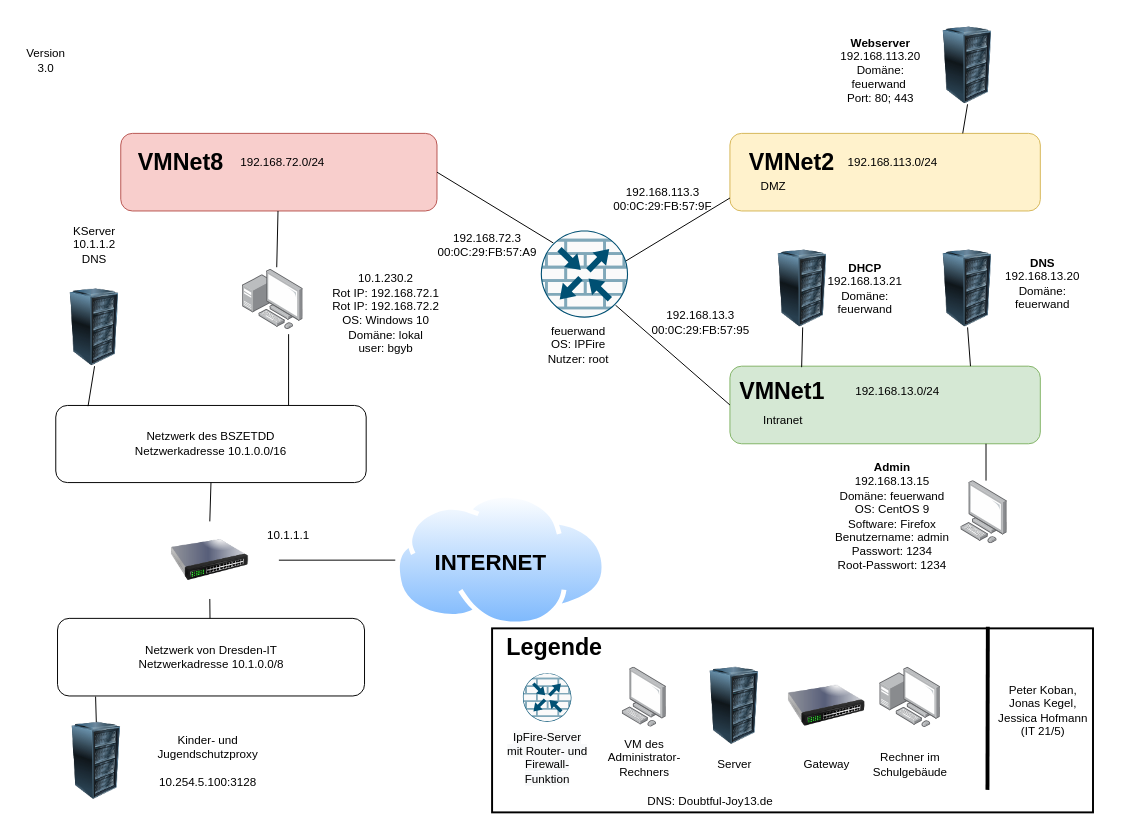
Earlier version of the draw.io diagram Netzwerkplan.drawio (peterLERNSAX/lf9-feuerwand). Source tidied: cells renumbered, new cells numbered last; positions are measured from the earlier drawing's top-left corner, leaving out a move shared by most shapes. Both pictures are drawn from the tidied source at 97%, with x=0, y=0 at pixel (16, 16).
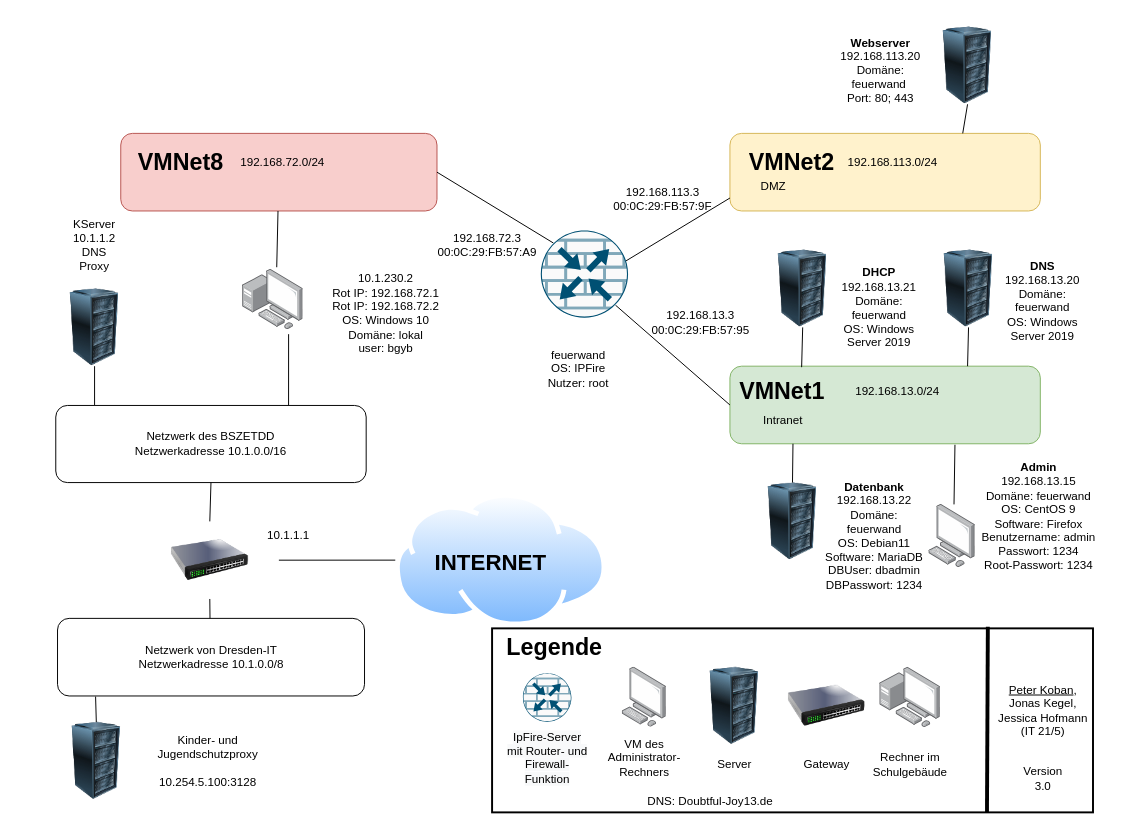
After the change.

Unchanged cells that the change refers to:
```xml
<mxCell id="4" value="Netzwerk des BSZETDD&lt;br&gt;Netzwerkadresse 10.1.0.0/16" style="rounded=1;whiteSpace=wrap;html=1;" parent="1" vertex="1">
  <mxGeometry x="40" y="400.5" width="320" height="79.5" as="geometry" />
</mxCell>
<mxCell id="6" style="rounded=1;whiteSpace=wrap;html=1;fillColor=#d5e8d4;strokeColor=#82b366;" parent="1" vertex="1">
  <mxGeometry x="735" y="360" width="320" height="80" as="geometry" />
</mxCell>
<mxCell id="43" style="image;html=1;image=img/lib/clip_art/computers/Server_Rack_128x128.png;fontSize=23;" parent="1" vertex="1">
  <mxGeometry x="40" y="280" width="80" height="80" as="geometry" />
</mxCell>
<mxCell id="48" style="rounded=0;whiteSpace=wrap;html=1;fillColor=none;strokeWidth=2;" parent="1" vertex="1">
  <mxGeometry x="489.8" y="630.3" width="619.5" height="189.7" as="geometry" />
</mxCell>
```

Change to the diagram source:
```diff
@@
     <mxCell id="12" style="points=[];html=1;align=center;shadow=0;dashed=0;image;image=img/lib/allied_telesis/computer_and_terminals/Personal_Computer.svg;" parent="1" vertex="1">
-      <mxGeometry x="973" y="478" width="48" height="65" as="geometry" />
+      <mxGeometry x="940" y="502.5" width="48" height="65" as="geometry" />
     </mxCell>
@@
     <mxCell id="19" value="&lt;div&gt;&lt;b&gt;Admin&lt;/b&gt;&lt;/div&gt;&lt;div&gt;192.168.13.15&lt;/div&gt;&lt;div&gt;Domäne: feuerwand&lt;/div&gt;&lt;div&gt;&lt;span style=&quot;background-color: initial;&quot;&gt;OS: CentOS 9&lt;/span&gt;&lt;br&gt;&lt;/div&gt;&lt;div&gt;Software: Firefox&lt;/div&gt;&lt;div&gt;Benutzername: admin&lt;/div&gt;&lt;div&gt;Passwort: 1234&lt;/div&gt;&lt;div&gt;Root-Passwort: 1234&lt;br&gt;&lt;/div&gt;" style="text;html=1;strokeColor=none;fillColor=none;align=center;verticalAlign=middle;whiteSpace=wrap;rounded=0;" parent="1" vertex="1">
-      <mxGeometry x="827" y="440" width="151" height="150" as="geometry" />
+      <mxGeometry x="978" y="440" width="151" height="150" as="geometry" />
     </mxCell>
@@
     <mxCell id="28" style="image;html=1;image=img/lib/clip_art/computers/Server_Rack_128x128.png;" parent="1" vertex="1">
-      <mxGeometry x="940" y="240" width="80" height="80" as="geometry" />
+      <mxGeometry x="941" y="240" width="80" height="80" as="geometry" />
     </mxCell>
-    <mxCell id="29" value="&lt;b&gt;DNS&lt;/b&gt;&lt;br&gt;&lt;div&gt;192.168.13.20&lt;/div&gt;Domäne: feuerwand" style="text;html=1;strokeColor=none;fillColor=none;align=center;verticalAlign=middle;whiteSpace=wrap;rounded=0;" parent="1" vertex="1">
-      <mxGeometry x="1004.5" y="240" width="105" height="70" as="geometry" />
+    <mxCell id="29" value="&lt;b&gt;DNS&lt;/b&gt;&lt;br&gt;&lt;div&gt;192.168.13.20&lt;/div&gt;&lt;div&gt;Domäne: feuerwand&lt;/div&gt;&lt;div&gt;OS: Windows Server 2019&lt;/div&gt;&lt;div&gt;&lt;br&gt;&lt;/div&gt;" style="text;html=1;strokeColor=none;fillColor=none;align=center;verticalAlign=middle;whiteSpace=wrap;rounded=0;" parent="1" vertex="1">
+      <mxGeometry x="1004.5" y="240" width="105" height="120" as="geometry" />
     </mxCell>
@@
-    <mxCell id="31" value="&lt;b&gt;DHCP&lt;/b&gt;&lt;br&gt;192.168.13.21&lt;br&gt;Domäne:&lt;br&gt;feuerwand" style="text;html=1;strokeColor=none;fillColor=none;align=center;verticalAlign=middle;whiteSpace=wrap;rounded=0;" parent="1" vertex="1">
-      <mxGeometry x="838" y="250" width="73" height="60" as="geometry" />
+    <mxCell id="31" value="&lt;b&gt;DHCP&lt;/b&gt;&lt;br&gt;192.168.13.21&lt;br&gt;Domäne:&lt;br&gt;&lt;div&gt;feuerwand&lt;/div&gt;&lt;div&gt;OS: Windows Server 2019&lt;br&gt;&lt;/div&gt;" style="text;html=1;strokeColor=none;fillColor=none;align=center;verticalAlign=middle;whiteSpace=wrap;rounded=0;" parent="1" vertex="1">
+      <mxGeometry x="838" y="250" width="102" height="100" as="geometry" />
     </mxCell>
@@
-    <mxCell id="38" value="&lt;div&gt;KServer&lt;/div&gt;&lt;div&gt;10.1.1.2&lt;/div&gt;&lt;div&gt;DNS&lt;br&gt;&lt;/div&gt;" style="text;html=1;strokeColor=none;fillColor=none;align=center;verticalAlign=middle;whiteSpace=wrap;rounded=0;" parent="1" vertex="1">
+    <mxCell id="38" value="&lt;div&gt;KServer&lt;/div&gt;&lt;div&gt;10.1.1.2&lt;/div&gt;&lt;div&gt;DNS&lt;/div&gt;&lt;div&gt;Proxy&lt;br&gt;&lt;/div&gt;" style="text;html=1;strokeColor=none;fillColor=none;align=center;verticalAlign=middle;whiteSpace=wrap;rounded=0;" parent="1" vertex="1">
       <mxGeometry x="50" y="200" width="60" height="70" as="geometry" />
     </mxCell>
@@
-    <mxCell id="45" style="endArrow=none;html=1;rounded=0;fontSize=12;exitX=0.104;exitY=0.009;exitDx=0;exitDy=0;exitPerimeter=0;entryX=0.5;entryY=1;entryDx=0;entryDy=0;" parent="1" edge="1" source="4" target="43">
-      <mxGeometry relative="1" as="geometry" />
+    <mxCell id="45" style="endArrow=none;html=1;rounded=0;fontSize=12;entryX=0.5;entryY=1;entryDx=0;entryDy=0;" parent="1" edge="1" target="43">
+      <mxGeometry relative="1" as="geometry">
+        <mxPoint x="80" y="400" as="sourcePoint" />
+      </mxGeometry>
     </mxCell>
@@
-    <mxCell id="54" style="endArrow=none;html=1;rounded=0;fontSize=12;entryX=0.5;entryY=1;entryDx=0;entryDy=0;exitX=0.775;exitY=0;exitDx=0;exitDy=0;exitPerimeter=0;" parent="1" edge="1" source="6" target="28">
-      <mxGeometry relative="1" as="geometry" />
+    <mxCell id="54" style="endArrow=none;html=1;rounded=0;fontSize=12;entryX=0.5;entryY=1;entryDx=0;entryDy=0;" parent="1" edge="1" target="28">
+      <mxGeometry relative="1" as="geometry">
+        <mxPoint x="980" y="360" as="sourcePoint" />
+      </mxGeometry>
     </mxCell>
@@
-    <mxCell id="63" value="Peter Koban, Jonas Kegel, Jessica Hofmann &lt;br&gt;(IT 21/5)" style="text;html=1;strokeColor=none;fillColor=none;align=center;verticalAlign=middle;whiteSpace=wrap;rounded=0;strokeWidth=2;" parent="1" vertex="1">
+    <mxCell id="63" value="&lt;u&gt;Peter Koban&lt;/u&gt;, Jonas Kegel, Jessica Hofmann &lt;br&gt;(IT 21/5)" style="text;html=1;strokeColor=none;fillColor=none;align=center;verticalAlign=middle;whiteSpace=wrap;rounded=0;strokeWidth=2;" parent="1" vertex="1">
       <mxGeometry x="1006.8" y="647" width="102.2" height="136.5" as="geometry" />
     </mxCell>
-    <mxCell id="64" style="edgeStyle=none;jettySize=auto;html=1;strokeColor=default;rounded=0;strokeWidth=1;endArrow=none;endFill=0;entryX=0.542;entryY=0;entryDx=0;entryDy=0;entryPerimeter=0;exitX=0.825;exitY=1;exitDx=0;exitDy=0;exitPerimeter=0;" parent="1" edge="1" source="6" target="12">
+    <mxCell id="64" style="edgeStyle=none;jettySize=auto;html=1;strokeColor=default;rounded=0;strokeWidth=1;endArrow=none;endFill=0;entryX=0.542;entryY=0;entryDx=0;entryDy=0;entryPerimeter=0;exitX=0.725;exitY=1.013;exitDx=0;exitDy=0;exitPerimeter=0;" parent="1" edge="1" source="6" target="12">
       <mxGeometry relative="1" as="geometry" />
     </mxCell>
     <mxCell id="65" style="endArrow=none;html=1;rounded=0;strokeColor=default;strokeWidth=4;fontSize=23;entryX=0.825;entryY=-0.009;entryDx=0;entryDy=0;entryPerimeter=0;" parent="1" edge="1" target="48">
       <mxGeometry relative="1" as="geometry">
-        <mxPoint x="1000.5" y="796.8" as="sourcePoint" />
+        <mxPoint x="1000" y="820" as="sourcePoint" />
       </mxGeometry>
     </mxCell>
     <mxCell id="66" value="&lt;div&gt;feuerwand&lt;/div&gt;&lt;div&gt;OS: IPFire&lt;/div&gt;&lt;div&gt;Nutzer: root&lt;/div&gt;&lt;div&gt;&lt;br&gt;&lt;/div&gt;" style="text;html=1;strokeColor=none;fillColor=none;align=center;verticalAlign=middle;whiteSpace=wrap;rounded=0;" parent="1" vertex="1">
-      <mxGeometry x="528.3" y="330" width="101.7" height="30" as="geometry" />
+      <mxGeometry x="528.3" y="330" width="101.7" height="80" as="geometry" />
     </mxCell>
     <mxCell id="67" value="Version 3.0" style="text;html=1;strokeColor=none;fillColor=none;align=center;verticalAlign=middle;whiteSpace=wrap;rounded=0;" parent="1" vertex="1">
-      <mxGeometry y="30" width="60" height="30" as="geometry" />
+      <mxGeometry x="1027.9" y="770.3" width="60" height="30" as="geometry" />
     </mxCell>
@@
+    <mxCell id="69" style="image;html=1;image=img/lib/clip_art/computers/Server_Rack_128x128.png;" parent="1" vertex="1">
+      <mxGeometry x="759.5" y="480" width="80" height="80" as="geometry" />
+    </mxCell>
+    <mxCell id="70" style="endArrow=none;html=1;rounded=0;fontSize=12;exitX=0.5;exitY=0;exitDx=0;exitDy=0;" parent="1" edge="1" source="69">
+      <mxGeometry relative="1" as="geometry">
+        <mxPoint x="800" y="440" as="targetPoint" />
+      </mxGeometry>
+    </mxCell>
+    <mxCell id="71" value="&lt;div&gt;&lt;b&gt;Datenbank&lt;/b&gt;&lt;/div&gt;192.168.13.22&lt;br&gt;Domäne:&lt;br&gt;&lt;div&gt;feuerwand&lt;/div&gt;&lt;div&gt;OS: Debian11&lt;br&gt;&lt;/div&gt;&lt;div&gt;Software: MariaDB&lt;/div&gt;&lt;div&gt;DBUser: dbadmin&lt;/div&gt;&lt;div&gt;DBPasswort: 1234&lt;br&gt;&lt;/div&gt;" style="text;html=1;strokeColor=none;fillColor=none;align=center;verticalAlign=middle;whiteSpace=wrap;rounded=0;" parent="1" vertex="1">
+      <mxGeometry x="828" y="460" width="112" height="150" as="geometry" />
+    </mxCell>
```
